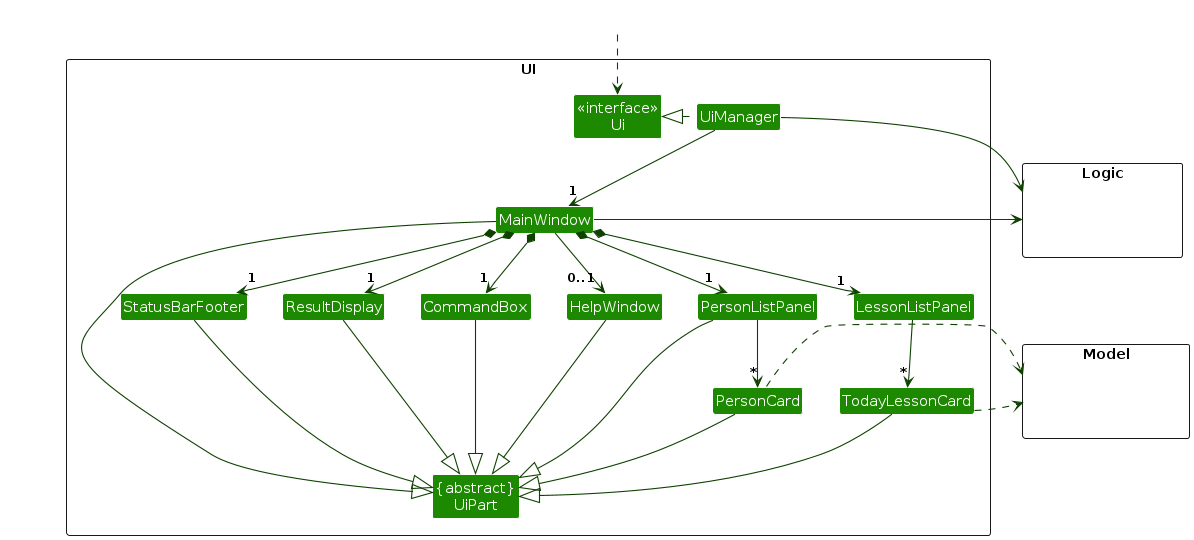
Before: diagrams/UiClassDiagram.png, a diagram exported from PlantUML (AY2526S1-CS2103T-W08-2/tp). Its source is kept beside it as diagrams/UiClassDiagram.puml. Its diagram source:
```plantuml
@startuml
!include style.puml
skinparam arrowThickness 1.1
skinparam arrowColor UI_COLOR_T4
skinparam classBackgroundColor UI_COLOR

package UI <<Rectangle>>{
Class "<<interface>>\nUi" as Ui
Class "{abstract}\nUiPart" as UiPart
Class UiManager
Class MainWindow
Class HelpWindow
Class ResultDisplay
Class PersonListPanel
Class PersonCard
Class LessonListPanel
Class TodayLessonCard
Class StatusBarFooter
Class CommandBox
}

package Model <<Rectangle>> {
Class HiddenModel #FFFFFF
}

package Logic <<Rectangle>> {
Class HiddenLogic #FFFFFF
}

Class HiddenOutside #FFFFFF
HiddenOutside ..> Ui

UiManager .left.|> Ui
UiManager -down-> "1" MainWindow
MainWindow *-down->  "1" CommandBox
MainWindow *-down-> "1" ResultDisplay
MainWindow *-down-> "1" PersonListPanel
MainWindow *-down-> "1" LessonListPanel
MainWindow *-down-> "1" StatusBarFooter
MainWindow --> "0..1" HelpWindow

PersonListPanel -down-> "*" PersonCard
LessonListPanel -down-> "*" TodayLessonCard

MainWindow -left-|> UiPart

ResultDisplay --|> UiPart
CommandBox --|> UiPart
PersonListPanel --|> UiPart
PersonCard --|> UiPart
TodayLessonCard --|> UiPart
StatusBarFooter --|> UiPart
HelpWindow --|> UiPart

PersonCard ..> Model
TodayLessonCard ..> Model
UiManager -right-> Logic
MainWindow -left-> Logic

LessonListPanel -[hidden]left- PersonListPanel
PersonListPanel -[hidden]left- HelpWindow
HelpWindow -[hidden]left- CommandBox
CommandBox -[hidden]left- ResultDisplay
ResultDisplay -[hidden]left- StatusBarFooter

MainWindow -[hidden]-|> UiPart
Model -[hidden]right-|> TodayLessonCard
@enduml
```
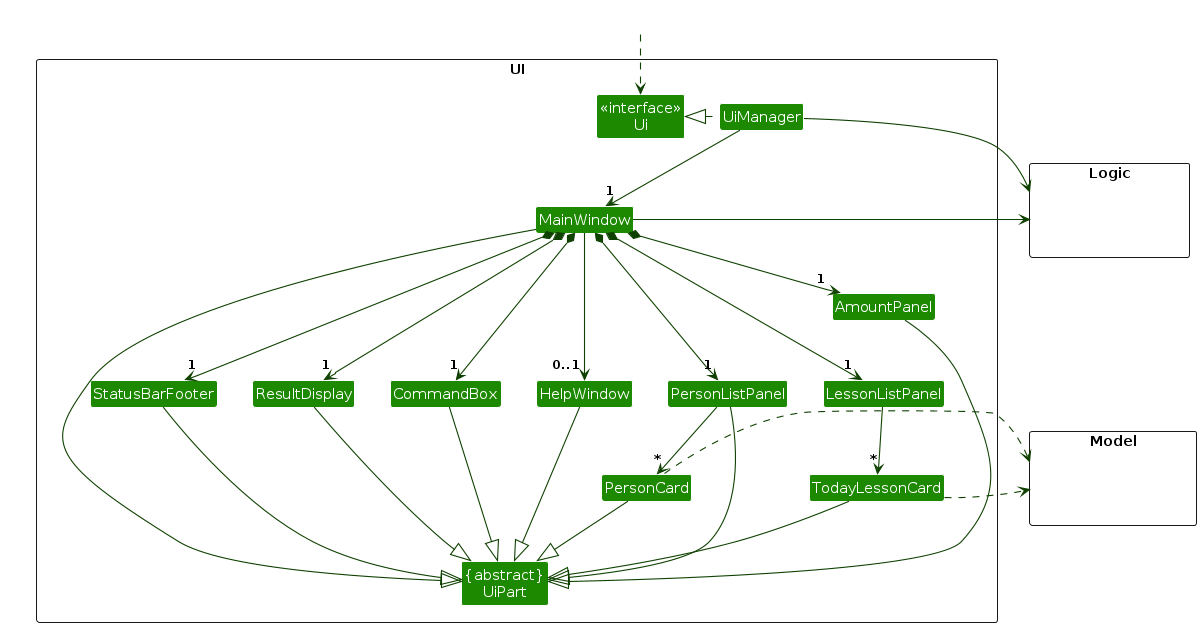
Above is the later version.

Change to the diagram source:
```diff
@@ -17,6 +17,7 @@
 Class TodayLessonCard
 Class StatusBarFooter
 Class CommandBox
+Class AmountPanel
 }
 
 package Model <<Rectangle>> {
@@ -38,6 +39,7 @@
 MainWindow *-down-> "1" LessonListPanel
 MainWindow *-down-> "1" StatusBarFooter
 MainWindow --> "0..1" HelpWindow
+MainWindow *-down-> "1" AmountPanel
 
 PersonListPanel -down-> "*" PersonCard
 LessonListPanel -down-> "*" TodayLessonCard
@@ -51,6 +53,7 @@
 TodayLessonCard --|> UiPart
 StatusBarFooter --|> UiPart
 HelpWindow --|> UiPart
+AmountPanel --|> UiPart
 
 PersonCard ..> Model
 TodayLessonCard ..> Model
@@ -59,6 +62,7 @@
 
 LessonListPanel -[hidden]left- PersonListPanel
 PersonListPanel -[hidden]left- HelpWindow
+AmountPanel -[hidden]- LessonListPanel
 HelpWindow -[hidden]left- CommandBox
 CommandBox -[hidden]left- ResultDisplay
 ResultDisplay -[hidden]left- StatusBarFooter
```
